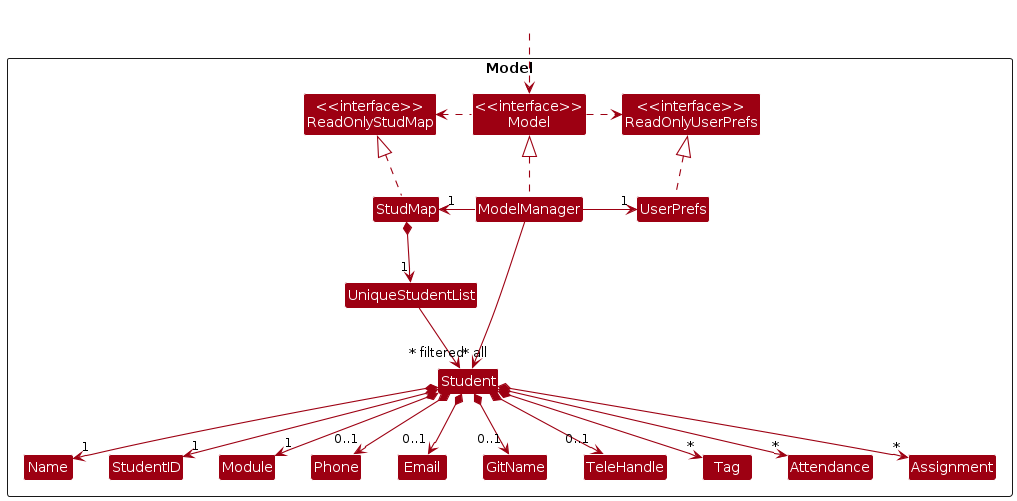
This is docs/images/ModelClassDiagram.png from nus-cs2103-AY2223S1/tp, a PlantUML export, as it was before one commit.
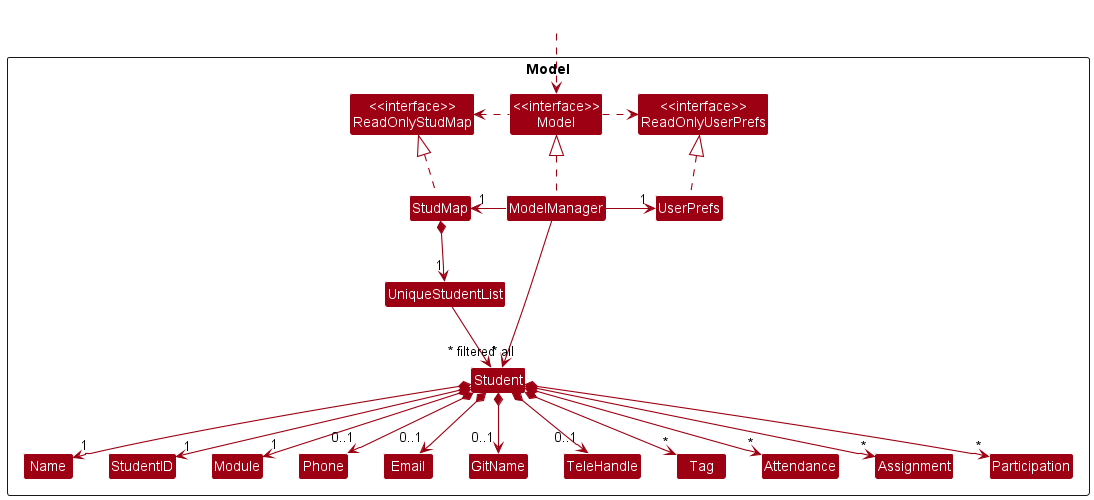
The same file after the commit.

What changed in the source:
```diff
@@ -24,6 +24,7 @@
 Class Tag
 Class Attendance
 Class Assignment
+Class Participation
 
 }
 
@@ -52,6 +53,7 @@
 Student *--> "*" Tag
 Student *--> "*" Attendance
 Student *--> "*" Assignment
+Student *--> "*" Participation
 
 ModelManager -->"~* filtered" Student
 @enduml
```
